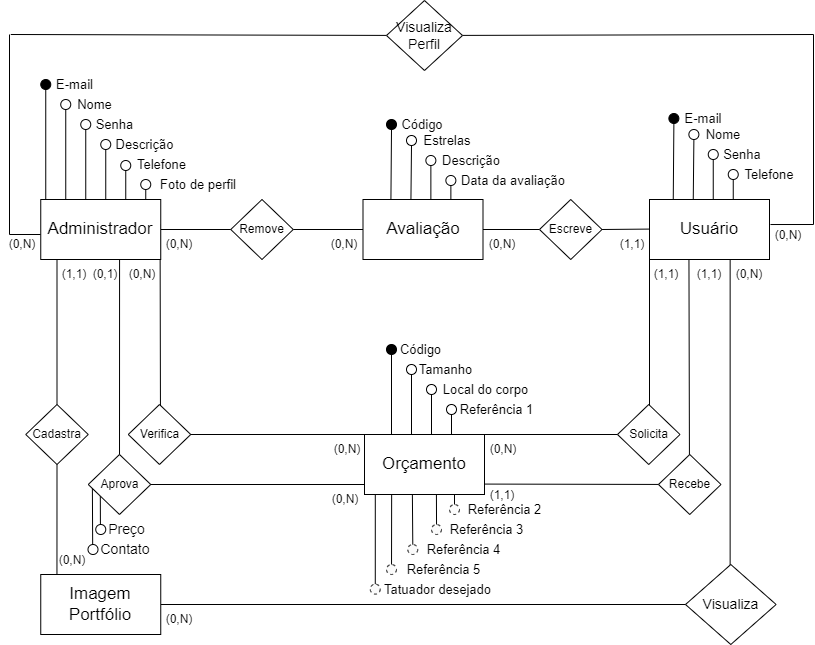
Before: Banco de Dados/Conceptual Model.png, a diagram exported from draw.io (smlltox/ProjetoIntegrado). Source tidied: cells renumbered, new cells last; positions are measured from the earlier drawing's top-left corner, leaving out a move shared by most shapes.
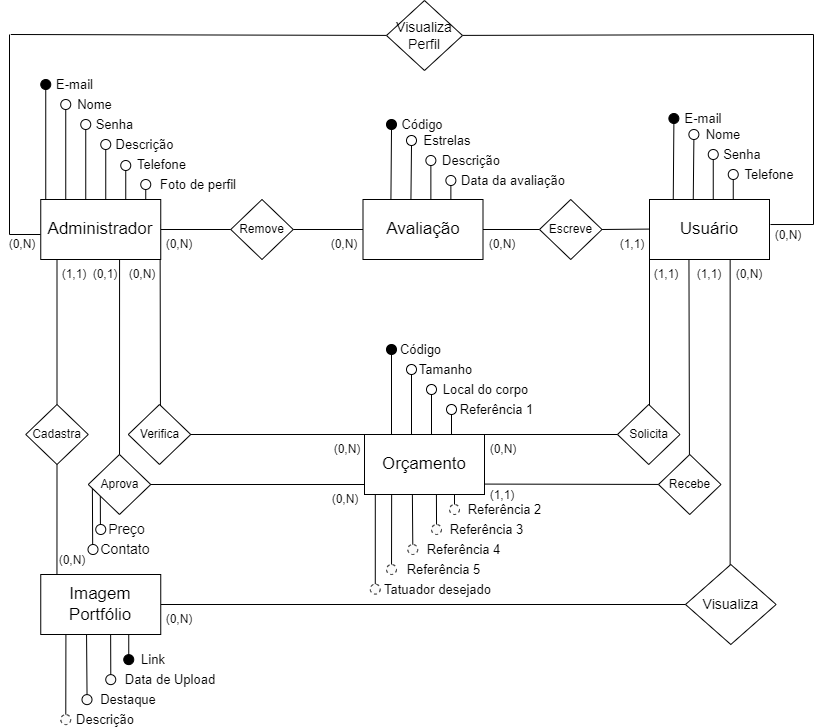
After the change.

Change to the diagram source:
```diff
@@ -499,5 +499,53 @@
     <mxCell id="132" value="(0,N)" style="text;html=1;strokeColor=none;fillColor=none;align=center;verticalAlign=middle;whiteSpace=wrap;rounded=0;" parent="1" vertex="1">
       <mxGeometry x="729.6" y="259" width="37.8" height="30" as="geometry" />
     </mxCell>
+    <mxCell id="133" style="endArrow=none;html=1;rounded=0;fontSize=17;" parent="1" edge="1">
+      <mxGeometry relative="1" as="geometry">
+        <mxPoint x="128.2" y="634.1" as="sourcePoint" />
+        <mxPoint x="128.2" y="664.1" as="targetPoint" />
+      </mxGeometry>
+    </mxCell>
+    <mxCell id="134" style="ellipse;whiteSpace=wrap;html=1;fillColor=#000000;fontSize=17;" parent="1" vertex="1">
+      <mxGeometry x="123.2" y="654.1" width="10" height="10" as="geometry" />
+    </mxCell>
+    <mxCell id="135" style="ellipse;whiteSpace=wrap;html=1;fillColor=#FAFAFA;fontSize=17;" parent="1" vertex="1">
+      <mxGeometry x="105.2" y="674.1" width="10" height="10" as="geometry" />
+    </mxCell>
+    <mxCell id="136" style="endArrow=none;html=1;rounded=0;fontSize=17;" parent="1" edge="1">
+      <mxGeometry relative="1" as="geometry">
+        <mxPoint x="110.1" y="634.1" as="sourcePoint" />
+        <mxPoint x="110.3" y="674.1" as="targetPoint" />
+      </mxGeometry>
+    </mxCell>
+    <mxCell id="137" style="ellipse;whiteSpace=wrap;html=1;fillColor=#FAFAFA;fontSize=17;" parent="1" vertex="1">
+      <mxGeometry x="81.5" y="694.1" width="10" height="10" as="geometry" />
+    </mxCell>
+    <mxCell id="138" style="endArrow=none;html=1;rounded=0;fontSize=17;exitX=0.465;exitY=0.998;exitDx=0;exitDy=0;exitPerimeter=0;" parent="1" edge="1">
+      <mxGeometry relative="1" as="geometry">
+        <mxPoint x="86" y="634" as="sourcePoint" />
+        <mxPoint x="86.5" y="694.1" as="targetPoint" />
+      </mxGeometry>
+    </mxCell>
+    <mxCell id="139" style="ellipse;whiteSpace=wrap;html=1;fillColor=#FAFAFA;fontSize=17;dashed=1;" parent="1" vertex="1">
+      <mxGeometry x="60.2" y="714.1" width="10" height="10" as="geometry" />
+    </mxCell>
+    <mxCell id="140" style="endArrow=none;html=1;rounded=0;fontSize=17;exitX=0.293;exitY=1.006;exitDx=0;exitDy=0;exitPerimeter=0;" parent="1" edge="1">
+      <mxGeometry relative="1" as="geometry">
+        <mxPoint x="65.4" y="634.5" as="sourcePoint" />
+        <mxPoint x="65.3" y="714.1" as="targetPoint" />
+      </mxGeometry>
+    </mxCell>
+    <mxCell id="141" value="Data de Upload" style="text;html=1;strokeColor=none;fillColor=none;align=center;verticalAlign=middle;whiteSpace=wrap;rounded=0;fontSize=13;" parent="1" vertex="1">
+      <mxGeometry x="120.2" y="674.1" width="100" height="10" as="geometry" />
+    </mxCell>
+    <mxCell id="142" value="Destaque" style="text;html=1;strokeColor=none;fillColor=none;align=center;verticalAlign=middle;whiteSpace=wrap;rounded=0;fontSize=13;" parent="1" vertex="1">
+      <mxGeometry x="98" y="694.1" width="60" height="10" as="geometry" />
+    </mxCell>
+    <mxCell id="143" value="Descrição" style="text;html=1;strokeColor=none;fillColor=none;align=center;verticalAlign=middle;whiteSpace=wrap;rounded=0;fontSize=13;" parent="1" vertex="1">
+      <mxGeometry x="70.2" y="714.1" width="70.2" height="10" as="geometry" />
+    </mxCell>
+    <mxCell id="144" value="Link" style="text;html=1;strokeColor=none;fillColor=none;align=center;verticalAlign=middle;whiteSpace=wrap;rounded=0;fontSize=13;" parent="1" vertex="1">
+      <mxGeometry x="138" y="654.1" width="30" height="10" as="geometry" />
+    </mxCell>
   </root>
 </mxGraphModel>
```
